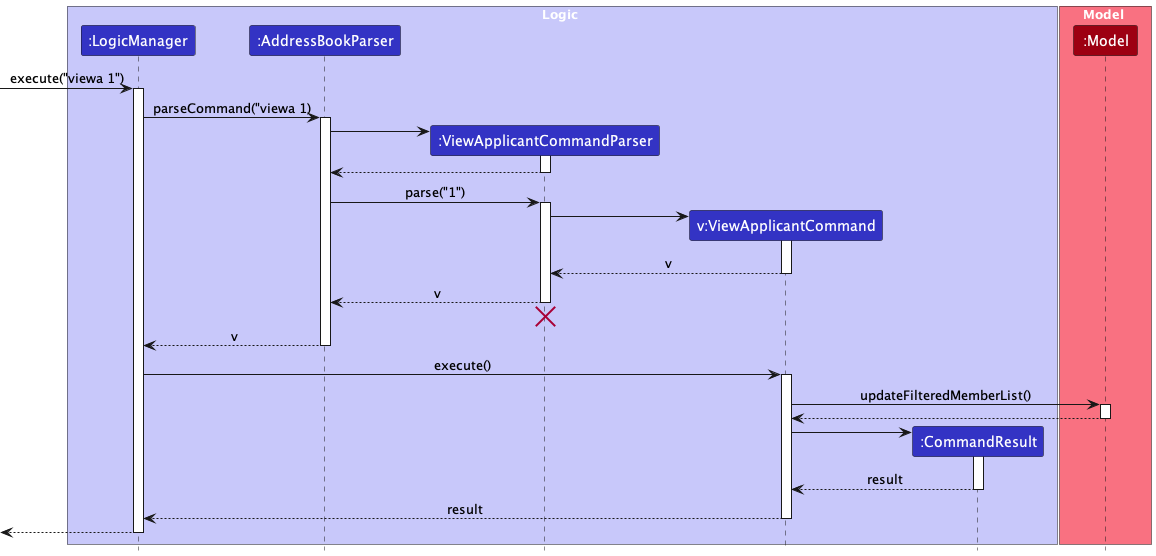
Earlier version of the PlantUML export docs/images/ViewApplicantCommandSequenceDiagram.png (nus-cs2103-AY2324S1/tp).
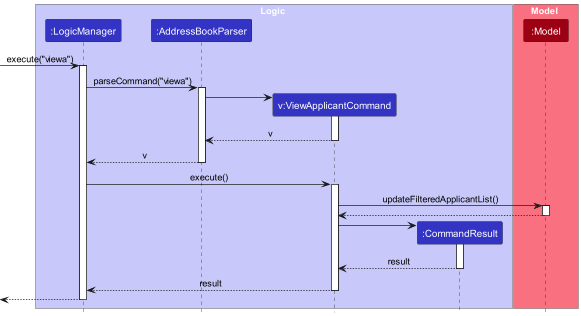
Above is the later version.

Diff of the diagram source:
```diff
@@ -5,7 +5,6 @@
 box Logic LOGIC_COLOR_T1
 participant ":LogicManager" as LogicManager LOGIC_COLOR
 participant ":AddressBookParser" as AddressBookParser LOGIC_COLOR
-participant ":ViewApplicantCommandParser" as ViewApplicantCommandParser LOGIC_COLOR
 participant "v:ViewApplicantCommand" as ViewApplicantCommand LOGIC_COLOR
 participant ":CommandResult" as CommandResult LOGIC_COLOR
 end box
@@ -14,34 +13,18 @@
 participant ":Model" as Model MODEL_COLOR
 end box
 
-[-> LogicManager : execute("viewa 1")
+[-> LogicManager : execute("viewa")
 activate LogicManager
 
-LogicManager -> AddressBookParser : parseCommand("viewa 1)
+LogicManager -> AddressBookParser : parseCommand("viewa")
 activate AddressBookParser
 
-create ViewApplicantCommandParser
-AddressBookParser -> ViewApplicantCommandParser
-activate ViewApplicantCommandParser
-
-ViewApplicantCommandParser --> AddressBookParser
-deactivate ViewApplicantCommandParser
-
-AddressBookParser -> ViewApplicantCommandParser : parse("1")
-activate ViewApplicantCommandParser
-
 create ViewApplicantCommand
-ViewApplicantCommandParser -> ViewApplicantCommand
+AddressBookParser -> ViewApplicantCommand
 activate ViewApplicantCommand
 
-ViewApplicantCommand --> ViewApplicantCommandParser : v
+ViewApplicantCommand --> AddressBookParser : v
 deactivate ViewApplicantCommand
-
-ViewApplicantCommandParser --> AddressBookParser : v
-deactivate ViewApplicantCommandParser
-
-ViewApplicantCommandParser -[hidden]-> AddressBookParser
-destroy ViewApplicantCommandParser
 
 AddressBookParser --> LogicManager : v
 deactivate AddressBookParser
@@ -49,7 +32,7 @@
 LogicManager -> ViewApplicantCommand : execute()
 activate ViewApplicantCommand
 
-ViewApplicantCommand -> Model : updateFilteredMemberList()
+ViewApplicantCommand -> Model : updateFilteredApplicantList()
 activate Model
 
 Model --> ViewApplicantCommand
```
